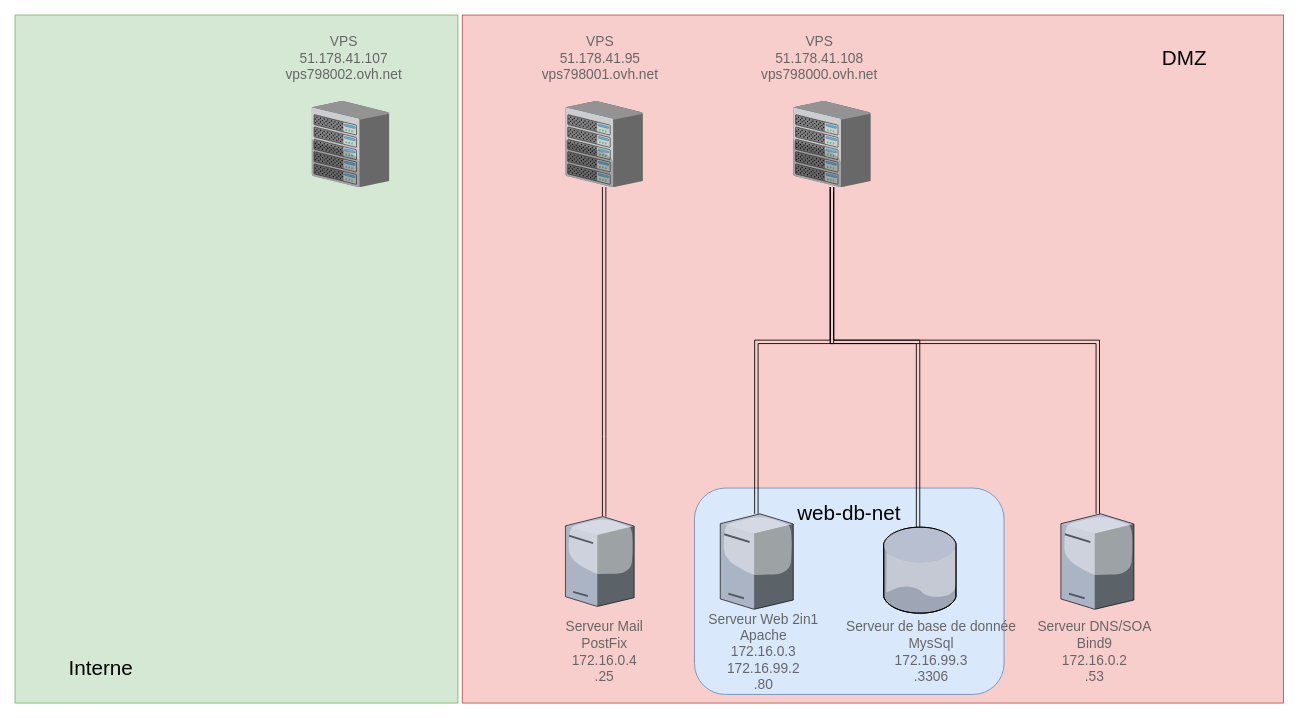
Frodon001/2tl2AdminGr9 keeps this draw.io diagram as documents/SchémaPhysique.drawio. Above is the earlier version. Source tidied: cells renumbered, new cells numbered last; positions are measured from the earlier drawing's top-left corner, leaving out a move shared by most shapes. Both pictures are drawn from the tidied source at 86%, with x=0, y=0 at pixel (15, 15).
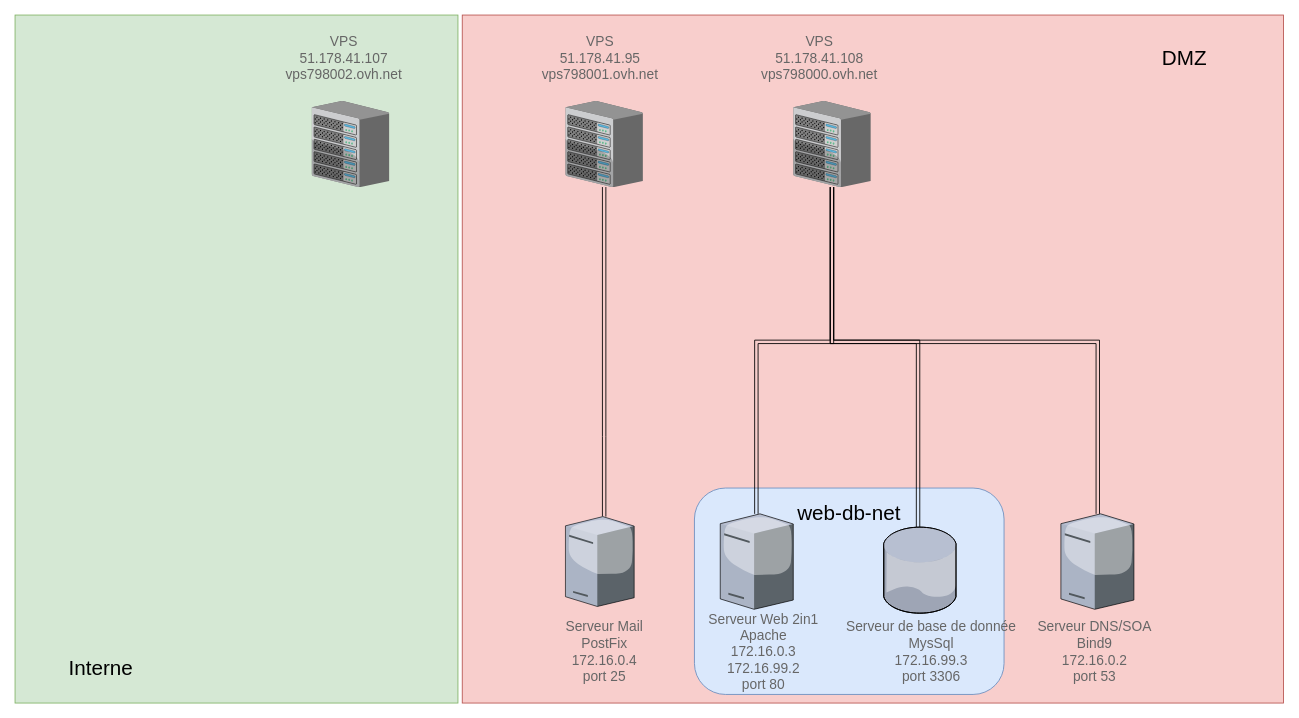
The same page after the edit.

What changed in the source:
```diff
@@
-    <mxCell id="7" value="&lt;font style=&quot;font-size: 16px&quot; color=&quot;#666666&quot;&gt;Serveur DNS/SOA&lt;br style=&quot;font-size: 16px&quot;&gt;Bind9&lt;br&gt;&lt;/font&gt;&lt;span style=&quot;color: rgb(102 , 102 , 102)&quot;&gt;172.16.0.2&lt;/span&gt;&lt;font style=&quot;font-size: 16px&quot; color=&quot;#666666&quot;&gt;&lt;br style=&quot;font-size: 16px&quot;&gt;.53&lt;br style=&quot;font-size: 16px&quot;&gt;&lt;/font&gt;" style="text;html=1;align=center;verticalAlign=middle;fontSize=16;" parent="1" vertex="1">
+    <mxCell id="7" value="&lt;font style=&quot;font-size: 16px&quot; color=&quot;#666666&quot;&gt;Serveur DNS/SOA&lt;br style=&quot;font-size: 16px&quot;&gt;Bind9&lt;br&gt;&lt;/font&gt;&lt;span style=&quot;color: rgb(102 , 102 , 102)&quot;&gt;172.16.0.2&lt;/span&gt;&lt;font style=&quot;font-size: 16px&quot; color=&quot;#666666&quot;&gt;&lt;br style=&quot;font-size: 16px&quot;&gt;port 53&lt;br style=&quot;font-size: 16px&quot;&gt;&lt;/font&gt;" style="text;html=1;align=center;verticalAlign=middle;fontSize=16;" parent="1" vertex="1">
       <mxGeometry x="1180.1" y="700" width="150" height="80" as="geometry" />
     </mxCell>
@@
-    <mxCell id="15" value="&lt;font style=&quot;font-size: 16px&quot; color=&quot;#666666&quot;&gt;Serveur Mail&lt;br&gt;PostFix&lt;br&gt;172.16.0.4&lt;br style=&quot;font-size: 16px&quot;&gt;.25&lt;br style=&quot;font-size: 16px&quot;&gt;&lt;/font&gt;" style="text;html=1;align=center;verticalAlign=middle;fontSize=16;" parent="1" vertex="1">
+    <mxCell id="15" value="&lt;font style=&quot;font-size: 16px&quot; color=&quot;#666666&quot;&gt;Serveur Mail&lt;br&gt;PostFix&lt;br&gt;172.16.0.4&lt;br style=&quot;font-size: 16px&quot;&gt;port 25&lt;br style=&quot;font-size: 16px&quot;&gt;&lt;/font&gt;" style="text;html=1;align=center;verticalAlign=middle;fontSize=16;" parent="1" vertex="1">
       <mxGeometry x="630" y="700" width="110" height="80" as="geometry" />
     </mxCell>
@@
-    <mxCell id="19" value="&lt;font style=&quot;font-size: 16px&quot; color=&quot;#666666&quot;&gt;Serveur Web 2in1&lt;br style=&quot;font-size: 16px&quot;&gt;Apache&lt;br&gt;&lt;/font&gt;&lt;span style=&quot;color: rgb(102 , 102 , 102)&quot;&gt;172.16.0.3&lt;br&gt;&lt;/span&gt;&lt;span style=&quot;color: rgb(102 , 102 , 102)&quot;&gt;172.16.99.2&lt;/span&gt;&lt;font style=&quot;font-size: 16px&quot; color=&quot;#666666&quot;&gt;&lt;br style=&quot;font-size: 16px&quot;&gt;.80&lt;br style=&quot;font-size: 16px&quot;&gt;&lt;/font&gt;" style="text;html=1;align=center;verticalAlign=middle;fontSize=16;" parent="1" vertex="1">
+    <mxCell id="19" value="&lt;font style=&quot;font-size: 16px&quot; color=&quot;#666666&quot;&gt;Serveur Web 2in1&lt;br style=&quot;font-size: 16px&quot;&gt;Apache&lt;br&gt;&lt;/font&gt;&lt;span style=&quot;color: rgb(102 , 102 , 102)&quot;&gt;172.16.0.3&lt;br&gt;&lt;/span&gt;&lt;span style=&quot;color: rgb(102 , 102 , 102)&quot;&gt;172.16.99.2&lt;/span&gt;&lt;font style=&quot;font-size: 16px&quot; color=&quot;#666666&quot;&gt;&lt;br style=&quot;font-size: 16px&quot;&gt;port 80&lt;br style=&quot;font-size: 16px&quot;&gt;&lt;/font&gt;" style="text;html=1;align=center;verticalAlign=middle;fontSize=16;" parent="1" vertex="1">
       <mxGeometry x="800" y="690" width="140" height="100" as="geometry" />
     </mxCell>
@@
-    <mxCell id="21" value="&lt;font style=&quot;font-size: 16px&quot; color=&quot;#666666&quot;&gt;Serveur de base de donnée&lt;br style=&quot;font-size: 16px&quot;&gt;MysSql&lt;br&gt;&lt;/font&gt;&lt;span style=&quot;color: rgb(102 , 102 , 102)&quot;&gt;172.16.99.3&lt;/span&gt;&lt;font style=&quot;font-size: 16px&quot; color=&quot;#666666&quot;&gt;&lt;br style=&quot;font-size: 16px&quot;&gt;.3306&lt;br style=&quot;font-size: 16px&quot;&gt;&lt;/font&gt;" style="text;html=1;align=center;verticalAlign=middle;fontSize=16;" parent="1" vertex="1">
+    <mxCell id="21" value="&lt;font style=&quot;font-size: 16px&quot; color=&quot;#666666&quot;&gt;Serveur de base de donnée&lt;br style=&quot;font-size: 16px&quot;&gt;MysSql&lt;br&gt;&lt;/font&gt;&lt;span style=&quot;color: rgb(102 , 102 , 102)&quot;&gt;172.16.99.3&lt;/span&gt;&lt;font style=&quot;font-size: 16px&quot; color=&quot;#666666&quot;&gt;&lt;br style=&quot;font-size: 16px&quot;&gt;port 3306&lt;br style=&quot;font-size: 16px&quot;&gt;&lt;/font&gt;" style="text;html=1;align=center;verticalAlign=middle;fontSize=16;" parent="1" vertex="1">
       <mxGeometry x="960" y="700" width="210" height="80" as="geometry" />
     </mxCell>
```
